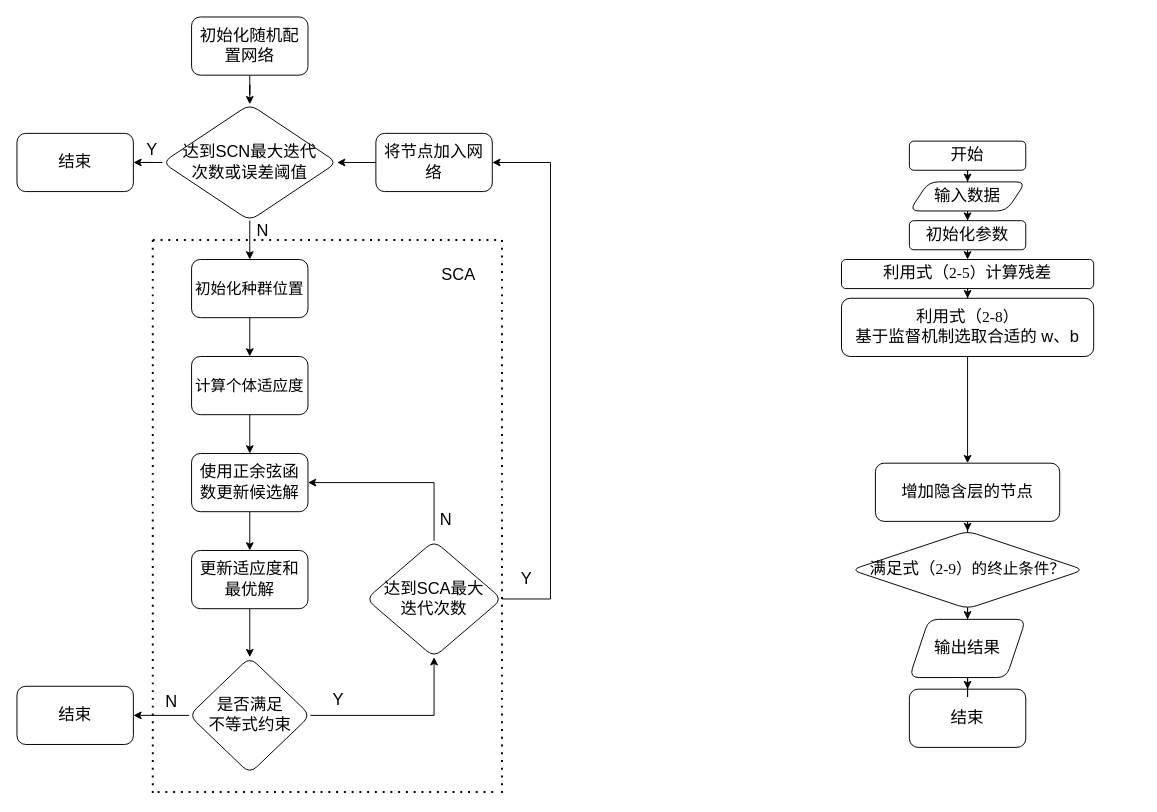
Earlier version of the draw.io diagram SCN流程图.drawio (hmh38324/diagrams). Source tidied: cells renumbered, new cells numbered last; positions are measured from the earlier drawing's top-left corner, leaving out a move shared by most shapes. Both pictures are drawn from the tidied source at 97%, with x=0, y=0 at pixel (16, 16).
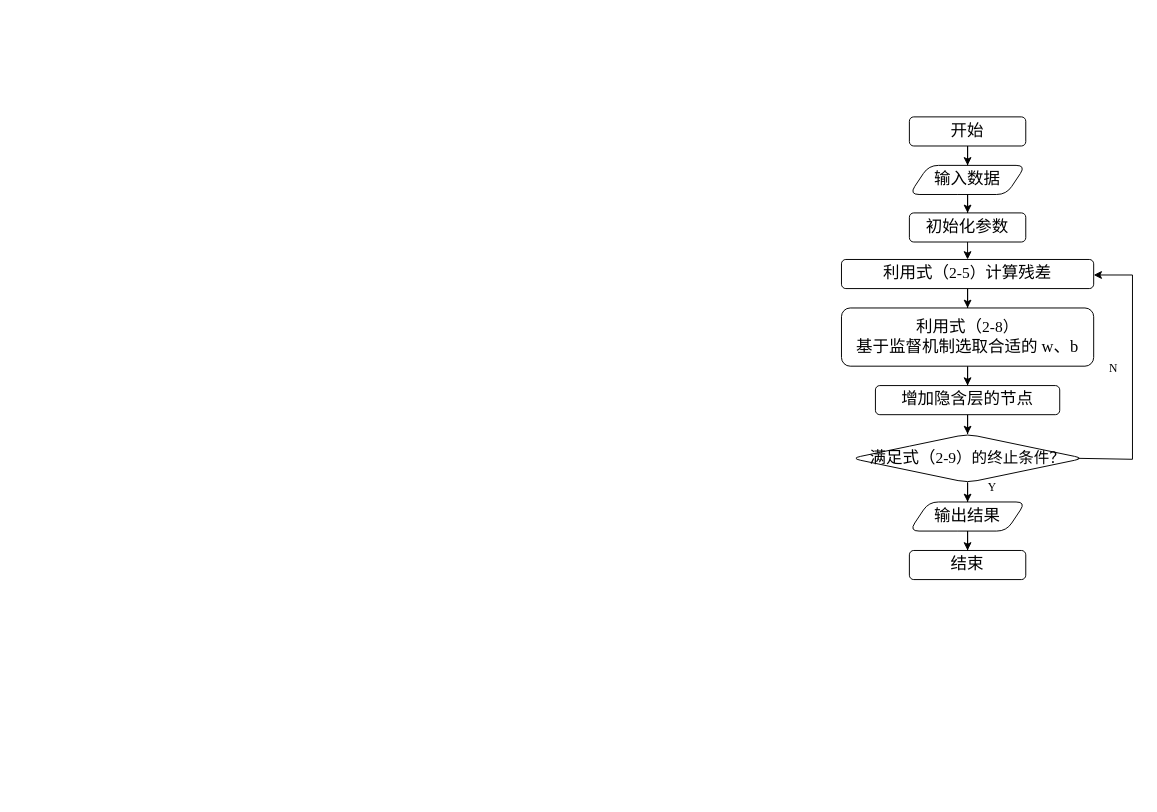
The same diagram, later.

Commit message:
更新SCN流程图.drawio

Change to the diagram source:
```diff
@@
-    <mxCell id="2" style="edgeStyle=orthogonalEdgeStyle;rounded=0;jettySize=auto;html=1;fontSize=17;" parent="1" edge="1" source="3" target="6">
-      <mxGeometry relative="1" as="geometry" />
-    </mxCell>
-    <mxCell id="3" value="初始化随机配置网络" style="rounded=1;whiteSpace=wrap;html=1;fontSize=17;" parent="1" vertex="1">
-      <mxGeometry x="180" width="120" height="60" as="geometry" />
-    </mxCell>
-    <mxCell id="4" style="edgeStyle=orthogonalEdgeStyle;rounded=0;jettySize=auto;html=1;fontSize=17;" parent="1" edge="1" source="6" target="8">
-      <mxGeometry relative="1" as="geometry" />
-    </mxCell>
-    <mxCell id="5" style="edgeStyle=orthogonalEdgeStyle;rounded=0;jettySize=auto;html=1;fontSize=17;" parent="1" edge="1" source="6" target="24">
-      <mxGeometry relative="1" as="geometry" />
-    </mxCell>
-    <mxCell id="6" value="达到SCN最大迭代&lt;br&gt;次数或误差阈值" style="rhombus;whiteSpace=wrap;html=1;rounded=1;fontSize=17;" parent="1" vertex="1">
-      <mxGeometry x="150" y="90" width="180" height="120" as="geometry" />
-    </mxCell>
-    <mxCell id="7" style="edgeStyle=orthogonalEdgeStyle;rounded=0;jettySize=auto;html=1;fontSize=17;" parent="1" edge="1" source="8" target="10">
-      <mxGeometry relative="1" as="geometry" />
-    </mxCell>
-    <mxCell id="8" value="初始化种群位置" style="whiteSpace=wrap;html=1;rounded=1;fontSize=16;" parent="1" vertex="1">
-      <mxGeometry x="180" y="250" width="120" height="60" as="geometry" />
-    </mxCell>
-    <mxCell id="9" style="edgeStyle=orthogonalEdgeStyle;rounded=0;jettySize=auto;html=1;fontSize=17;" parent="1" edge="1" source="10" target="12">
-      <mxGeometry relative="1" as="geometry" />
-    </mxCell>
-    <mxCell id="10" value="计算个体适应度" style="whiteSpace=wrap;html=1;rounded=1;fontSize=16;" parent="1" vertex="1">
-      <mxGeometry x="180" y="350" width="120" height="60" as="geometry" />
-    </mxCell>
-    <mxCell id="11" style="edgeStyle=orthogonalEdgeStyle;rounded=0;jettySize=auto;html=1;fontSize=17;" parent="1" edge="1" source="12" target="14">
-      <mxGeometry relative="1" as="geometry" />
-    </mxCell>
-    <mxCell id="12" value="使用正余弦函数更新候选解" style="whiteSpace=wrap;html=1;rounded=1;fontSize=17;" parent="1" vertex="1">
-      <mxGeometry x="180" y="450" width="120" height="60" as="geometry" />
-    </mxCell>
-    <mxCell id="13" style="edgeStyle=orthogonalEdgeStyle;rounded=0;jettySize=auto;html=1;fontSize=17;" parent="1" edge="1" source="14" target="20">
-      <mxGeometry relative="1" as="geometry" />
-    </mxCell>
-    <mxCell id="14" value="更新适应度和最优解" style="whiteSpace=wrap;html=1;rounded=1;fontSize=17;" parent="1" vertex="1">
-      <mxGeometry x="180" y="550" width="120" height="60" as="geometry" />
-    </mxCell>
-    <mxCell id="15" style="edgeStyle=orthogonalEdgeStyle;rounded=0;jettySize=auto;html=1;entryX=1;entryY=0.5;entryDx=0;entryDy=0;exitX=0.5;exitY=0;exitDx=0;exitDy=0;fontSize=17;" parent="1" edge="1" source="17" target="12">
-      <mxGeometry relative="1" as="geometry">
-        <Array as="points">
-          <mxPoint x="430" y="480" />
-        </Array>
-      </mxGeometry>
-    </mxCell>
-    <mxCell id="16" style="edgeStyle=orthogonalEdgeStyle;rounded=0;jettySize=auto;html=1;entryX=1;entryY=0.5;entryDx=0;entryDy=0;fontSize=17;" parent="1" edge="1" source="17" target="23">
-      <mxGeometry relative="1" as="geometry">
-        <Array as="points">
-          <mxPoint x="550" y="600" />
-          <mxPoint x="550" y="150" />
-        </Array>
-      </mxGeometry>
-    </mxCell>
-    <mxCell id="17" value="达到SCA最大&lt;br&gt;迭代次数" style="rhombus;whiteSpace=wrap;html=1;rounded=1;fontSize=17;" parent="1" vertex="1">
-      <mxGeometry x="360" y="540" width="140" height="120" as="geometry" />
-    </mxCell>
-    <mxCell id="18" style="edgeStyle=orthogonalEdgeStyle;rounded=0;jettySize=auto;html=1;entryX=0.5;entryY=1;entryDx=0;entryDy=0;fontSize=17;" parent="1" edge="1" source="20" target="17">
-      <mxGeometry relative="1" as="geometry" />
-    </mxCell>
-    <mxCell id="19" style="edgeStyle=orthogonalEdgeStyle;rounded=0;jettySize=auto;html=1;fontSize=17;" parent="1" edge="1" source="20" target="21">
-      <mxGeometry relative="1" as="geometry" />
-    </mxCell>
-    <mxCell id="20" value="是否满足&lt;br&gt;不等式约束" style="rhombus;whiteSpace=wrap;html=1;rounded=1;fontSize=17;" parent="1" vertex="1">
-      <mxGeometry x="177.5" y="660" width="125" height="120" as="geometry" />
-    </mxCell>
-    <mxCell id="21" value="结束" style="whiteSpace=wrap;html=1;rounded=1;fontSize=17;" parent="1" vertex="1">
-      <mxGeometry y="690" width="120" height="60" as="geometry" />
-    </mxCell>
-    <mxCell id="22" style="edgeStyle=orthogonalEdgeStyle;rounded=0;jettySize=auto;html=1;entryX=1;entryY=0.5;entryDx=0;entryDy=0;fontSize=17;" parent="1" edge="1" source="23" target="6">
-      <mxGeometry relative="1" as="geometry" />
-    </mxCell>
-    <mxCell id="23" value="将节点加入网络" style="whiteSpace=wrap;html=1;rounded=1;fontSize=17;" parent="1" vertex="1">
-      <mxGeometry x="370" y="120" width="120" height="60" as="geometry" />
-    </mxCell>
-    <mxCell id="24" value="结束" style="whiteSpace=wrap;html=1;rounded=1;fontSize=17;" parent="1" vertex="1">
-      <mxGeometry y="120" width="120" height="60" as="geometry" />
-    </mxCell>
-    <mxCell id="25" style="endArrow=none;dashed=1;html=1;dashPattern=1 3;strokeWidth=2;rounded=0;fontSize=17;" parent="1" edge="1">
-      <mxGeometry relative="1" as="geometry">
-        <mxPoint x="140" y="230" as="sourcePoint" />
-        <mxPoint x="500" y="230" as="targetPoint" />
-      </mxGeometry>
-    </mxCell>
-    <mxCell id="26" style="endArrow=none;dashed=1;html=1;dashPattern=1 3;strokeWidth=2;rounded=0;fontSize=17;" parent="1" edge="1">
-      <mxGeometry relative="1" as="geometry">
-        <mxPoint x="140" y="800" as="sourcePoint" />
-        <mxPoint x="140" y="230" as="targetPoint" />
-      </mxGeometry>
-    </mxCell>
-    <mxCell id="27" style="endArrow=none;dashed=1;html=1;dashPattern=1 3;strokeWidth=2;rounded=0;fontSize=17;" parent="1" edge="1">
-      <mxGeometry relative="1" as="geometry">
-        <mxPoint x="500" y="230" as="sourcePoint" />
-        <mxPoint x="500" y="800" as="targetPoint" />
-      </mxGeometry>
-    </mxCell>
-    <mxCell id="28" style="endArrow=none;dashed=1;html=1;dashPattern=1 3;strokeWidth=2;rounded=0;fontSize=17;" parent="1" edge="1">
-      <mxGeometry relative="1" as="geometry">
-        <mxPoint x="145" y="799" as="sourcePoint" />
-        <mxPoint x="495" y="799" as="targetPoint" />
-      </mxGeometry>
-    </mxCell>
-    <mxCell id="29" value="SCA" style="text;html=1;align=center;verticalAlign=middle;strokeColor=none;fillColor=none;fontSize=17;" parent="1" vertex="1">
-      <mxGeometry x="425" y="252" width="60" height="30" as="geometry" />
-    </mxCell>
-    <mxCell id="30" value="Y" style="text;html=1;align=center;verticalAlign=middle;strokeColor=none;fillColor=none;fontSize=17;" parent="1" vertex="1">
-      <mxGeometry x="124" y="123" width="30" height="30" as="geometry" />
-    </mxCell>
-    <mxCell id="31" value="N" style="text;html=1;align=center;verticalAlign=middle;strokeColor=none;fillColor=none;fontSize=17;" parent="1" vertex="1">
-      <mxGeometry x="233" y="206" width="40" height="30" as="geometry" />
-    </mxCell>
-    <mxCell id="32" value="N" style="text;html=1;align=center;verticalAlign=middle;strokeColor=none;fillColor=none;fontSize=17;" parent="1" vertex="1">
-      <mxGeometry x="139" y="692" width="40" height="30" as="geometry" />
-    </mxCell>
-    <mxCell id="33" value="N" style="text;html=1;align=center;verticalAlign=middle;strokeColor=none;fillColor=none;fontSize=17;" parent="1" vertex="1">
-      <mxGeometry x="422" y="504" width="40" height="30" as="geometry" />
-    </mxCell>
-    <mxCell id="34" value="Y" style="text;html=1;align=center;verticalAlign=middle;strokeColor=none;fillColor=none;fontSize=17;" parent="1" vertex="1">
-      <mxGeometry x="316" y="690" width="30" height="30" as="geometry" />
-    </mxCell>
-    <mxCell id="35" value="Y" style="text;html=1;align=center;verticalAlign=middle;strokeColor=none;fillColor=none;fontSize=17;" parent="1" vertex="1">
-      <mxGeometry x="510" y="565" width="30" height="30" as="geometry" />
-    </mxCell>
-    <mxCell id="36" style="edgeStyle=orthogonalEdgeStyle;rounded=0;jettySize=auto;html=1;" parent="1" edge="1" source="37" target="39">
+    <mxCell id="36" style="edgeStyle=orthogonalEdgeStyle;rounded=0;jettySize=auto;html=1;fontFamily=Times New Roman;" parent="1" edge="1" source="37" target="39">
       <mxGeometry relative="1" as="geometry" />
     </mxCell>
-    <mxCell id="37" value="开始" style="rounded=1;whiteSpace=wrap;html=1;fontSize=17;" parent="1" vertex="1">
-      <mxGeometry x="920" y="128" width="120" height="30" as="geometry" />
+    <mxCell id="37" value="开始" style="rounded=1;whiteSpace=wrap;html=1;fontSize=17;fontFamily=Times New Roman;" parent="1" vertex="1">
+      <mxGeometry x="920" y="103" width="120" height="30" as="geometry" />
     </mxCell>
-    <mxCell id="38" style="edgeStyle=orthogonalEdgeStyle;rounded=0;jettySize=auto;html=1;" parent="1" edge="1" source="39" target="41">
+    <mxCell id="38" style="edgeStyle=orthogonalEdgeStyle;rounded=0;jettySize=auto;html=1;fontFamily=Times New Roman;" parent="1" edge="1" source="39" target="41">
       <mxGeometry relative="1" as="geometry" />
     </mxCell>
-    <mxCell id="39" value="输入数据" style="shape=parallelogram;perimeter=parallelogramPerimeter;whiteSpace=wrap;html=1;fixedSize=1;fontSize=17;rounded=1;" parent="1" vertex="1">
-      <mxGeometry x="920" y="170" width="120" height="30" as="geometry" />
+    <mxCell id="39" value="输入数据" style="shape=parallelogram;perimeter=parallelogramPerimeter;whiteSpace=wrap;html=1;fixedSize=1;fontSize=17;rounded=1;fontFamily=Times New Roman;" parent="1" vertex="1">
+      <mxGeometry x="920" y="153" width="120" height="30" as="geometry" />
     </mxCell>
-    <mxCell id="40" style="edgeStyle=orthogonalEdgeStyle;rounded=0;jettySize=auto;html=1;exitX=0.5;exitY=1;exitDx=0;exitDy=0;entryX=0.5;entryY=0;entryDx=0;entryDy=0;" parent="1" edge="1" source="41" target="43">
+    <mxCell id="40" style="edgeStyle=orthogonalEdgeStyle;rounded=0;jettySize=auto;html=1;exitX=0.5;exitY=1;exitDx=0;exitDy=0;entryX=0.5;entryY=0;entryDx=0;entryDy=0;fontFamily=Times New Roman;" parent="1" edge="1" source="41" target="43">
       <mxGeometry relative="1" as="geometry" />
     </mxCell>
-    <mxCell id="41" value="初始化参数" style="whiteSpace=wrap;html=1;fontSize=17;rounded=1;" parent="1" vertex="1">
-      <mxGeometry x="920" y="210" width="120" height="30" as="geometry" />
+    <mxCell id="41" value="初始化参数" style="whiteSpace=wrap;html=1;fontSize=17;rounded=1;fontFamily=Times New Roman;" parent="1" vertex="1">
+      <mxGeometry x="920" y="202" width="120" height="30" as="geometry" />
     </mxCell>
-    <mxCell id="42" style="edgeStyle=orthogonalEdgeStyle;rounded=0;jettySize=auto;html=1;" parent="1" edge="1" source="43" target="45">
+    <mxCell id="42" style="edgeStyle=orthogonalEdgeStyle;rounded=0;jettySize=auto;html=1;fontFamily=Times New Roman;" parent="1" edge="1" source="43" target="45">
       <mxGeometry relative="1" as="geometry" />
     </mxCell>
-    <mxCell id="43" value="利用式（&lt;span style=&quot;font-size: 12pt; text-align: start; font-family: &amp;quot;Times New Roman&amp;quot;, serif;&quot; lang=&quot;EN-US&quot;&gt;2-5&lt;/span&gt;&lt;span style=&quot;font-size: 12pt; text-align: start; font-family: 宋体;&quot;&gt;）&lt;/span&gt;计算残差" style="whiteSpace=wrap;html=1;fontSize=17;rounded=1;" parent="1" vertex="1">
+    <mxCell id="43" value="利用式（&lt;span style=&quot;font-size: 12pt; text-align: start;&quot; lang=&quot;EN-US&quot;&gt;2-5&lt;/span&gt;&lt;span style=&quot;font-size: 12pt; text-align: start;&quot;&gt;）&lt;/span&gt;计算残差" style="whiteSpace=wrap;html=1;fontSize=17;rounded=1;fontFamily=Times New Roman;" parent="1" vertex="1">
       <mxGeometry x="850" y="250" width="260" height="30" as="geometry" />
     </mxCell>
-    <mxCell id="44" style="edgeStyle=orthogonalEdgeStyle;rounded=0;jettySize=auto;html=1;" parent="1" edge="1" source="45" target="47">
+    <mxCell id="44" style="edgeStyle=orthogonalEdgeStyle;rounded=0;jettySize=auto;html=1;fontFamily=Times New Roman;" parent="1" edge="1" source="45" target="47">
       <mxGeometry relative="1" as="geometry" />
     </mxCell>
-    <mxCell id="45" value="利用式（&lt;span style=&quot;font-size: 12pt; text-align: start; font-family: &amp;quot;Times New Roman&amp;quot;, serif;&quot; lang=&quot;EN-US&quot;&gt;2-8&lt;/span&gt;&lt;span style=&quot;font-size: 12pt; text-align: start; font-family: 宋体;&quot;&gt;）&lt;/span&gt;&lt;span style=&quot;font-family: -webkit-standard; font-size: medium; text-align: start;&quot;&gt;&lt;/span&gt;&lt;br&gt;基于监督机制选取合适的 w、b" style="whiteSpace=wrap;html=1;fontSize=17;rounded=1;" parent="1" vertex="1">
-      <mxGeometry x="850" y="290" width="260" height="60" as="geometry" />
+    <mxCell id="45" value="利用式（&lt;span style=&quot;font-size: 12pt; text-align: start;&quot; lang=&quot;EN-US&quot;&gt;2-8&lt;/span&gt;&lt;span style=&quot;font-size: 12pt; text-align: start;&quot;&gt;）&lt;/span&gt;&lt;span style=&quot;font-size: medium; text-align: start;&quot;&gt;&lt;/span&gt;&lt;br&gt;基于监督机制选取合适的 w、b" style="whiteSpace=wrap;html=1;fontSize=17;rounded=1;fontFamily=Times New Roman;" parent="1" vertex="1">
+      <mxGeometry x="850" y="300" width="260" height="60" as="geometry" />
     </mxCell>
-    <mxCell id="46" style="edgeStyle=orthogonalEdgeStyle;rounded=0;jettySize=auto;html=1;" parent="1" edge="1" source="47" target="49">
+    <mxCell id="46" style="edgeStyle=orthogonalEdgeStyle;rounded=0;jettySize=auto;html=1;fontFamily=Times New Roman;" parent="1" edge="1" source="47" target="49">
       <mxGeometry relative="1" as="geometry" />
     </mxCell>
-    <mxCell id="47" value="增加隐含层的节点" style="rounded=1;whiteSpace=wrap;html=1;fontSize=17;" parent="1" vertex="1">
-      <mxGeometry x="885" y="460" width="190" height="60" as="geometry" />
+    <mxCell id="47" value="增加隐含层的节点" style="rounded=1;whiteSpace=wrap;html=1;fontSize=17;fontFamily=Times New Roman;" parent="1" vertex="1">
+      <mxGeometry x="885" y="380" width="190" height="30" as="geometry" />
     </mxCell>
-    <mxCell id="48" style="edgeStyle=orthogonalEdgeStyle;rounded=0;jettySize=auto;html=1;" parent="1" edge="1" source="49" target="52">
+    <mxCell id="48" style="edgeStyle=orthogonalEdgeStyle;rounded=0;jettySize=auto;html=1;fontFamily=Times New Roman;" parent="1" edge="1" source="49" target="52">
       <mxGeometry relative="1" as="geometry" />
     </mxCell>
-    <mxCell id="49" value="满足式（&lt;span style=&quot;font-size: 12pt; text-align: start; font-family: &amp;quot;Times New Roman&amp;quot;, serif;&quot; lang=&quot;EN-US&quot;&gt;2-9&lt;/span&gt;&lt;span style=&quot;font-size: 12pt; text-align: start; font-family: 宋体;&quot;&gt;）的终止条件？&lt;/span&gt;&lt;span style=&quot;font-family: -webkit-standard; font-size: medium; text-align: start;&quot;&gt;&lt;/span&gt;" style="rhombus;whiteSpace=wrap;html=1;fontSize=17;rounded=1;" parent="1" vertex="1">
-      <mxGeometry x="860" y="530" width="240" height="80" as="geometry" />
+    <mxCell id="49" value="满足式（&lt;span style=&quot;font-size: 12pt; text-align: start;&quot; lang=&quot;EN-US&quot;&gt;2-9&lt;/span&gt;&lt;span style=&quot;font-size: 12pt; text-align: start;&quot;&gt;）的终止条件？&lt;/span&gt;&lt;span style=&quot;font-size: medium; text-align: start;&quot;&gt;&lt;/span&gt;" style="rhombus;whiteSpace=wrap;html=1;fontSize=17;rounded=1;fontFamily=Times New Roman;" parent="1" vertex="1">
+      <mxGeometry x="860" y="430" width="240" height="50" as="geometry" />
     </mxCell>
-    <mxCell id="50" value="结束" style="rounded=1;whiteSpace=wrap;html=1;fontSize=17;" parent="1" vertex="1">
-      <mxGeometry x="920" y="693" width="120" height="60" as="geometry" />
+    <mxCell id="50" value="结束" style="rounded=1;whiteSpace=wrap;html=1;fontSize=17;fontFamily=Times New Roman;" parent="1" vertex="1">
+      <mxGeometry x="920" y="550" width="120" height="30" as="geometry" />
     </mxCell>
-    <mxCell id="51" style="edgeStyle=orthogonalEdgeStyle;rounded=0;jettySize=auto;html=1;exitX=0.5;exitY=1;exitDx=0;exitDy=0;" parent="1" edge="1" source="52" target="50">
+    <mxCell id="51" style="edgeStyle=orthogonalEdgeStyle;rounded=0;jettySize=auto;html=1;exitX=0.5;exitY=1;exitDx=0;exitDy=0;fontFamily=Times New Roman;" parent="1" edge="1" source="52" target="50">
       <mxGeometry relative="1" as="geometry" />
     </mxCell>
-    <mxCell id="52" value="输出结果" style="shape=parallelogram;perimeter=parallelogramPerimeter;whiteSpace=wrap;html=1;fixedSize=1;fontSize=17;rounded=1;" parent="1" vertex="1">
-      <mxGeometry x="920" y="621" width="120" height="60" as="geometry" />
+    <mxCell id="52" value="输出结果" style="shape=parallelogram;perimeter=parallelogramPerimeter;whiteSpace=wrap;html=1;fixedSize=1;fontSize=17;rounded=1;fontFamily=Times New Roman;" parent="1" vertex="1">
+      <mxGeometry x="920" y="500" width="120" height="30" as="geometry" />
     </mxCell>
+    <mxCell id="53" style="endArrow=classic;html=1;rounded=0;entryX=1;entryY=0.5;entryDx=0;entryDy=0;exitX=0.973;exitY=0.48;exitDx=0;exitDy=0;exitPerimeter=0;fontFamily=Times New Roman;" parent="1" edge="1">
+      <mxGeometry relative="1" as="geometry">
+        <mxPoint x="1093.5" y="455" as="sourcePoint" />
+        <mxPoint x="1110" y="266" as="targetPoint" />
+        <Array as="points">
+          <mxPoint x="1150" y="456" />
+          <mxPoint x="1150" y="266" />
+        </Array>
+      </mxGeometry>
+    </mxCell>
+    <mxCell id="54" value="N" style="text;html=1;align=center;verticalAlign=middle;strokeColor=none;fillColor=none;fontFamily=Times New Roman;" parent="1" vertex="1">
+      <mxGeometry x="1115" y="348" width="30" height="30" as="geometry" />
+    </mxCell>
+    <mxCell id="55" value="Y" style="text;html=1;align=center;verticalAlign=middle;strokeColor=none;fillColor=none;fontFamily=Times New Roman;" parent="1" vertex="1">
+      <mxGeometry x="990" y="470" width="30" height="30" as="geometry" />
+    </mxCell>
```
